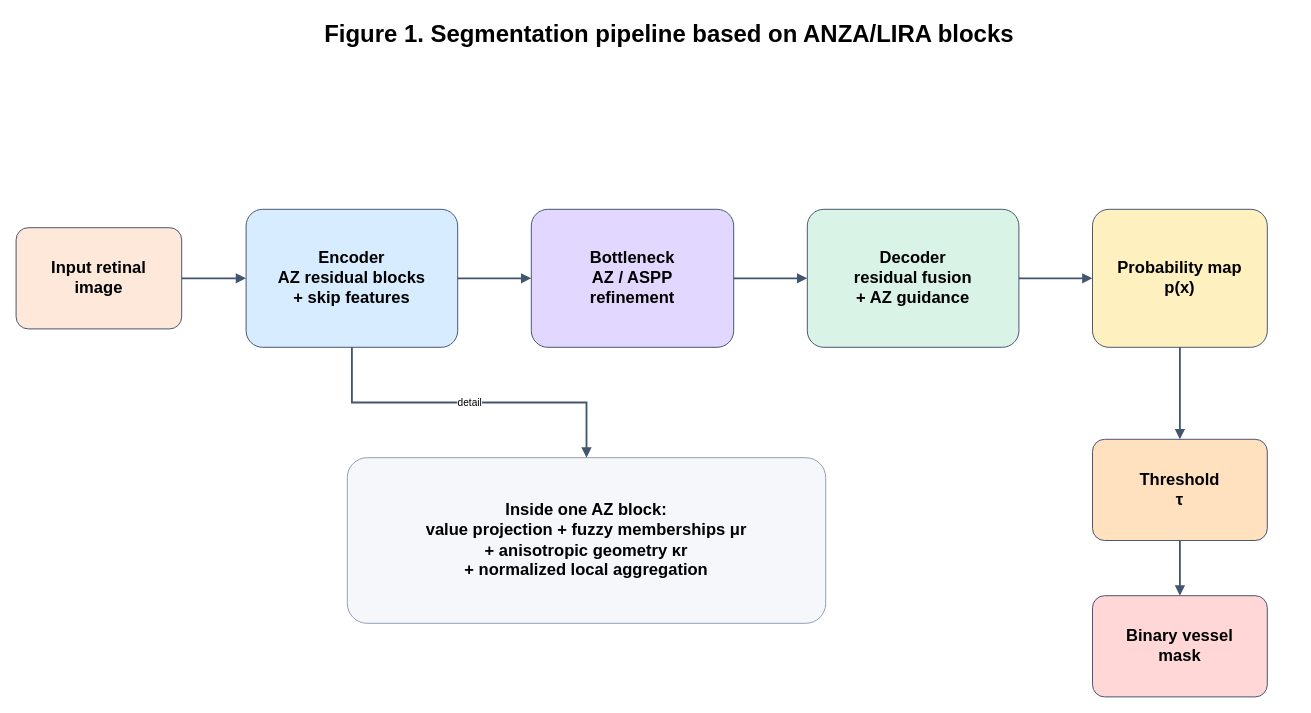
fims9000/anza_lira keeps this draw.io diagram as article_assets/final_figures/figure1_pipeline.drawio. Above is the earlier version. Source tidied: cells renumbered, new cells numbered last; positions are measured from the earlier drawing's top-left corner, leaving out a move shared by most shapes. Both pictures are drawn from the tidied source at 92%, with x=0, y=0 at pixel (16, 16).
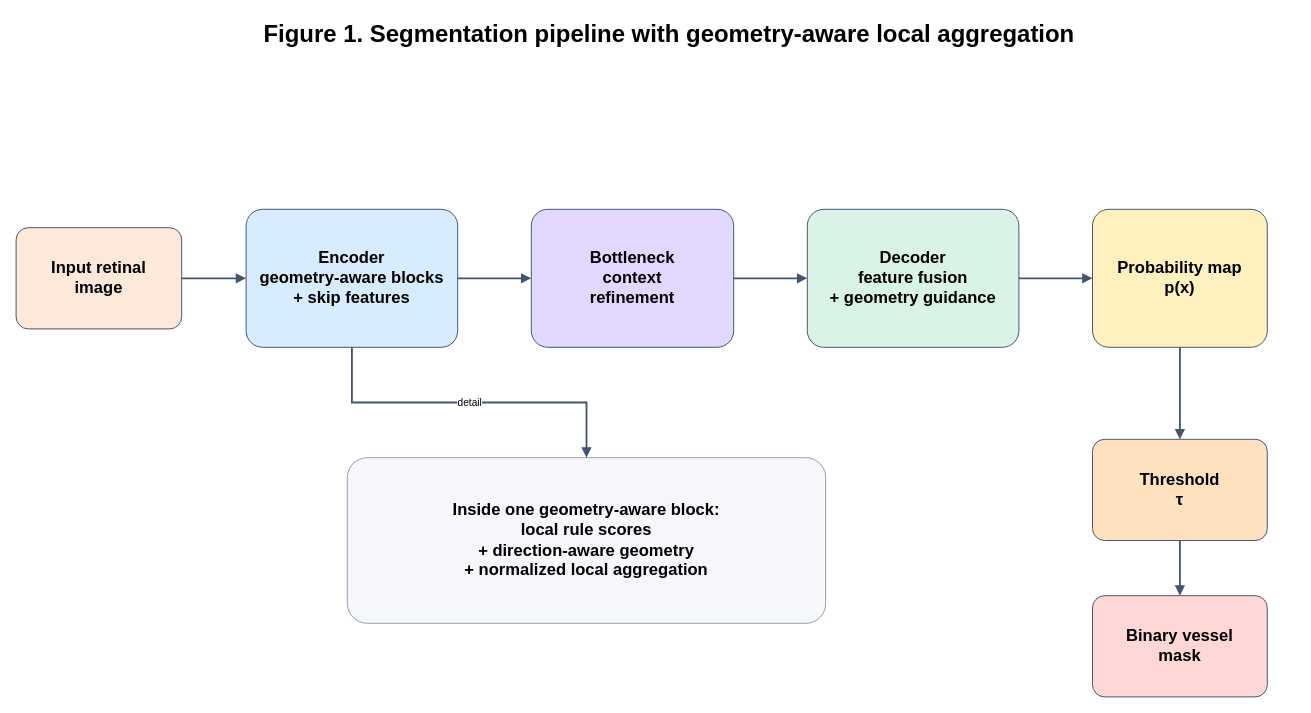
The same diagram, later.

Diff of the diagram source:
```diff
@@
 <mxGraphModel>
   <root>
     <mxCell id="0" />
     <mxCell id="1" parent="0" />
-    <mxCell id="2" value="Figure 1. Segmentation pipeline based on ANZA/LIRA blocks" style="text;html=1;strokeColor=none;fillColor=none;align=center;verticalAlign=middle;whiteSpace=wrap;fontSize=26;fontStyle=1;" parent="1" vertex="1">
+    <mxCell id="2" value="Figure 1. Segmentation pipeline with geometry-aware local aggregation" style="text;html=1;strokeColor=none;fillColor=none;align=center;verticalAlign=middle;whiteSpace=wrap;fontSize=26;fontStyle=1;" parent="1" vertex="1">
       <mxGeometry x="30" width="1360" height="40" as="geometry" />
     </mxCell>
     <mxCell id="3" value="Input retinal&#10;image" style="rounded=1;whiteSpace=wrap;html=1;fillColor=#fde8d9;strokeColor=#3a4b66;fontSize=18;fontStyle=1;arcSize=12;" parent="1" vertex="1">
       <mxGeometry y="230" width="180" height="110" as="geometry" />
     </mxCell>
-    <mxCell id="4" value="Encoder&#10;AZ residual blocks&#10;+ skip features" style="rounded=1;whiteSpace=wrap;html=1;fillColor=#d8ecff;strokeColor=#3a4b66;fontSize=18;fontStyle=1;arcSize=12;" parent="1" vertex="1">
+    <mxCell id="4" value="Encoder&#10;geometry-aware blocks&#10;+ skip features" style="rounded=1;whiteSpace=wrap;html=1;fillColor=#d8ecff;strokeColor=#3a4b66;fontSize=18;fontStyle=1;arcSize=12;" parent="1" vertex="1">
       <mxGeometry x="250" y="210" width="230" height="150" as="geometry" />
     </mxCell>
-    <mxCell id="5" value="Bottleneck&#10;AZ / ASPP&#10;refinement" style="rounded=1;whiteSpace=wrap;html=1;fillColor=#e2d8ff;strokeColor=#3a4b66;fontSize=18;fontStyle=1;arcSize=12;" parent="1" vertex="1">
+    <mxCell id="5" value="Bottleneck&#10;context&#10;refinement" style="rounded=1;whiteSpace=wrap;html=1;fillColor=#e2d8ff;strokeColor=#3a4b66;fontSize=18;fontStyle=1;arcSize=12;" parent="1" vertex="1">
       <mxGeometry x="560" y="210" width="220" height="150" as="geometry" />
     </mxCell>
-    <mxCell id="6" value="Decoder&#10;residual fusion&#10;+ AZ guidance" style="rounded=1;whiteSpace=wrap;html=1;fillColor=#d9f3e6;strokeColor=#3a4b66;fontSize=18;fontStyle=1;arcSize=12;" parent="1" vertex="1">
+    <mxCell id="6" value="Decoder&#10;feature fusion&#10;+ geometry guidance" style="rounded=1;whiteSpace=wrap;html=1;fillColor=#d9f3e6;strokeColor=#3a4b66;fontSize=18;fontStyle=1;arcSize=12;" parent="1" vertex="1">
       <mxGeometry x="860" y="210" width="230" height="150" as="geometry" />
     </mxCell>
     <mxCell id="7" value="Probability map&#10;p(x)" style="rounded=1;whiteSpace=wrap;html=1;fillColor=#fff0bf;strokeColor=#3a4b66;fontSize=18;fontStyle=1;arcSize=12;" parent="1" vertex="1">
       <mxGeometry x="1170" y="210" width="190" height="150" as="geometry" />
     </mxCell>
     <mxCell id="8" value="Threshold&#10;τ" style="rounded=1;whiteSpace=wrap;html=1;fillColor=#ffe1bf;strokeColor=#3a4b66;fontSize=18;fontStyle=1;arcSize=12;" parent="1" vertex="1">
       <mxGeometry x="1170" y="460" width="190" height="110" as="geometry" />
     </mxCell>
     <mxCell id="9" value="Binary vessel&#10;mask" style="rounded=1;whiteSpace=wrap;html=1;fillColor=#ffd7d7;strokeColor=#3a4b66;fontSize=18;fontStyle=1;arcSize=12;" parent="1" vertex="1">
       <mxGeometry x="1170" y="630" width="190" height="110" as="geometry" />
     </mxCell>
-    <mxCell id="10" value="Inside one AZ block:&#10;value projection + fuzzy memberships μr&#10;+ anisotropic geometry κr&#10;+ normalized local aggregation" style="rounded=1;whiteSpace=wrap;html=1;fillColor=#f6f7fb;strokeColor=#8b97ad;fontSize=18;fontStyle=1;arcSize=12;" parent="1" vertex="1">
+    <mxCell id="10" value="Inside one geometry-aware block:&#10;local rule scores&#10;+ direction-aware geometry&#10;+ normalized local aggregation" style="rounded=1;whiteSpace=wrap;html=1;fillColor=#f6f7fb;strokeColor=#8b97ad;fontSize=18;fontStyle=1;arcSize=12;" parent="1" vertex="1">
       <mxGeometry x="360" y="480" width="520" height="180" as="geometry" />
     </mxCell>
     <mxCell id="11" style="edgeStyle=orthogonalEdgeStyle;rounded=0;jettySize=auto;html=1;endArrow=block;endFill=1;strokeWidth=2;strokeColor=#44556f;" parent="1" edge="1" source="3" target="4">
       <mxGeometry relative="1" as="geometry" />
     </mxCell>
     <mxCell id="12" style="edgeStyle=orthogonalEdgeStyle;rounded=0;jettySize=auto;html=1;endArrow=block;endFill=1;strokeWidth=2;strokeColor=#44556f;" parent="1" edge="1" source="4" target="5">
       <mxGeometry relative="1" as="geometry" />
     </mxCell>
     <mxCell id="13" style="edgeStyle=orthogonalEdgeStyle;rounded=0;jettySize=auto;html=1;endArrow=block;endFill=1;strokeWidth=2;strokeColor=#44556f;" parent="1" edge="1" source="5" target="6">
       <mxGeometry relative="1" as="geometry" />
     </mxCell>
     <mxCell id="14" style="edgeStyle=orthogonalEdgeStyle;rounded=0;jettySize=auto;html=1;endArrow=block;endFill=1;strokeWidth=2;strokeColor=#44556f;" parent="1" edge="1" source="6" target="7">
       <mxGeometry relative="1" as="geometry" />
     </mxCell>
     <mxCell id="15" style="edgeStyle=orthogonalEdgeStyle;rounded=0;jettySize=auto;html=1;endArrow=block;endFill=1;strokeWidth=2;strokeColor=#44556f;" parent="1" edge="1" source="7" target="8">
       <mxGeometry relative="1" as="geometry" />
     </mxCell>
     <mxCell id="16" style="edgeStyle=orthogonalEdgeStyle;rounded=0;jettySize=auto;html=1;endArrow=block;endFill=1;strokeWidth=2;strokeColor=#44556f;" parent="1" edge="1" source="8" target="9">
       <mxGeometry relative="1" as="geometry" />
     </mxCell>
     <mxCell id="17" value="detail" style="edgeStyle=orthogonalEdgeStyle;rounded=0;jettySize=auto;html=1;endArrow=block;endFill=1;strokeWidth=2;strokeColor=#44556f;" parent="1" edge="1" source="4" target="10">
       <mxGeometry relative="1" as="geometry" />
     </mxCell>
   </root>
 </mxGraphModel>
```
